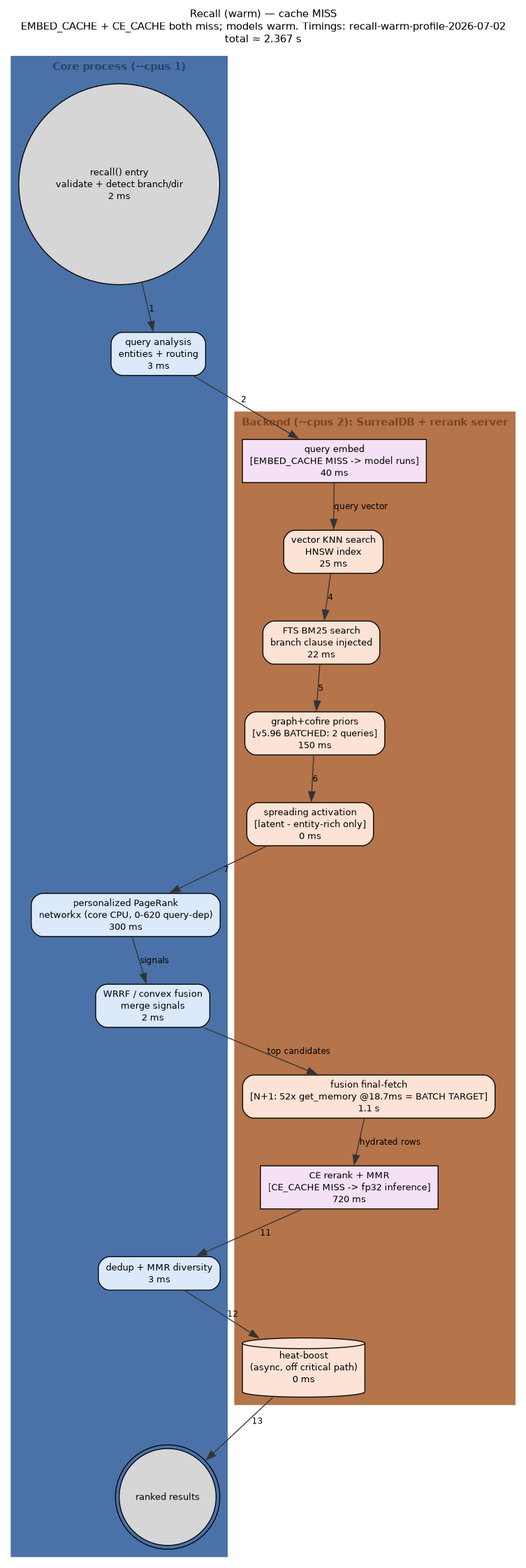
Earlier version of the Graphviz export docs/diagrams/out/recall-warm-cache-miss.png (m-agahi/yadgar). Its source is kept beside it as docs/diagrams/out/recall-warm-cache-miss.dot.
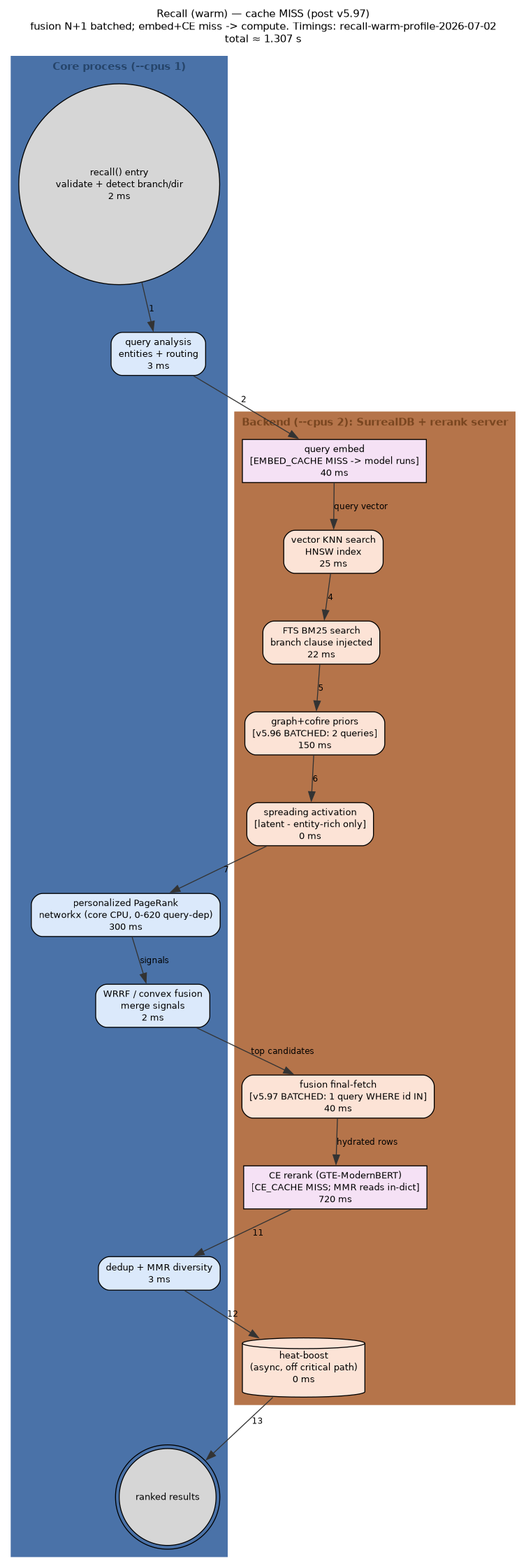
The same file after the commit.

Commit message:
docs: refresh recall diagrams for v5.97 (fusion batched 1100->40, CE=GTE-ModernBERT) + correct profile Fix-3 premise

Diff of the diagram source:
```diff
@@ -7,9 +7,9 @@
   graph [fontname="Helvetica", fontsize=11, labelloc="t"];
   node  [fontname="Helvetica", fontsize=10];
   edge  [fontname="Helvetica", fontsize=9];
-  label="Recall (warm) — cache MISS
-EMBED_CACHE + CE_CACHE both miss; models warm. Timings: recall-warm-profile-2026-07-02
-total ≈ 2.367 s";
+  label="Recall (warm) — cache MISS (post v5.97)
+fusion N+1 batched; embed+CE miss -> compute. Timings: recall-warm-profile-2026-07-02
+total ≈ 1.307 s";
   subgraph "cluster_core" {
     label="Core process (--cpus 1)";
     style=filled;
@@ -36,8 +36,8 @@
     "fts" [shape="box", style="rounded,filled", fillcolor="#fce3d6", label="FTS BM25 search\nbranch clause injected\n22 ms"];
     "priors" [shape="box", style="rounded,filled", fillcolor="#fce3d6", label="graph+cofire priors\n[v5.96 BATCHED: 2 queries]\n150 ms"];
     "spread" [shape="box", style="rounded,filled", fillcolor="#fce3d6", label="spreading activation\n[latent - entity-rich only]\n0 ms"];
-    "fetch" [shape="box", style="rounded,filled", fillcolor="#fce3d6", label="fusion final-fetch\n[N+1: 52x get_memory @18.7ms = BATCH TARGET]\n1.1 s"];
-    "cererank" [shape="box", style="filled", fillcolor="#f5e1f5", label="CE rerank + MMR\n[CE_CACHE MISS -> fp32 inference]\n720 ms"];
+    "fetch" [shape="box", style="rounded,filled", fillcolor="#fce3d6", label="fusion final-fetch\n[v5.97 BATCHED: 1 query WHERE id IN]\n40 ms"];
+    "cererank" [shape="box", style="filled", fillcolor="#f5e1f5", label="CE rerank (GTE-ModernBERT)\n[CE_CACHE MISS; MMR reads in-dict]\n720 ms"];
     "heat" [shape="cylinder", style="filled", fillcolor="#fce3d6", label="heat-boost\n(async, off critical path)\n0 ms"];
   }
   "entry" -> "qanalysis" [color="#333333", style="solid", label="1"];
```
